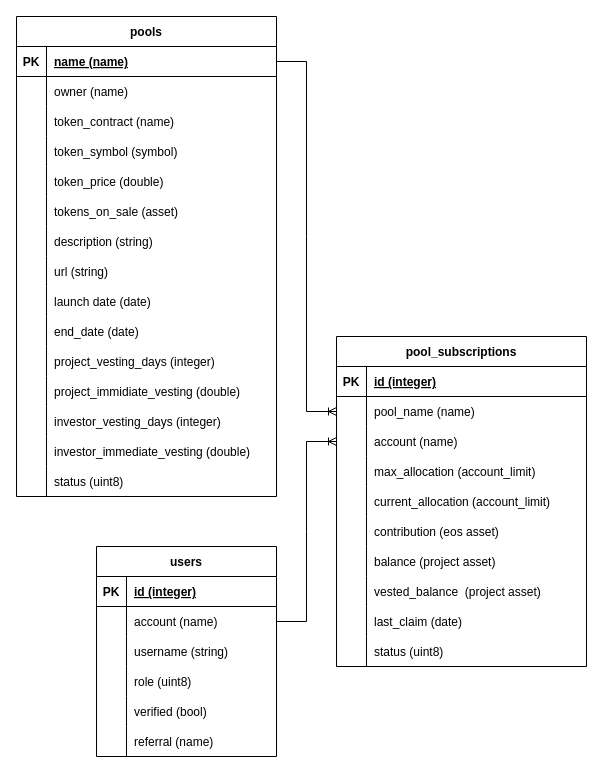
Earlier version of the draw.io diagram page "Page-1" (1 of 2) of docs/data-model.drawio (eostarter/eostarter.sale-smart-contract). Source tidied: cells renumbered, new cells numbered last; positions are measured from the earlier drawing's top-left corner, leaving out a move shared by most shapes. Both pictures are drawn from the tidied source at 100%, with x=0, y=0 at pixel (16, 16).
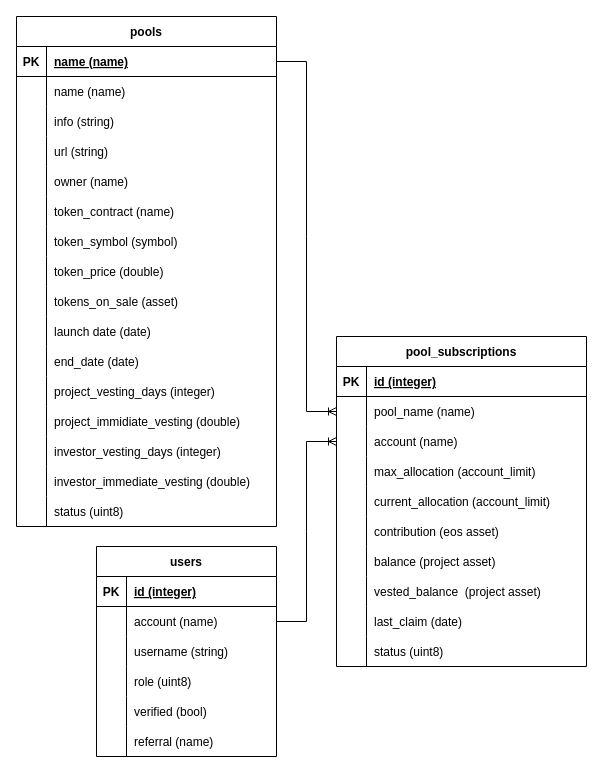
After the change.

Unchanged cells that the change refers to:
```xml
<mxCell id="6" style="shape=partialRectangle;fillColor=none;top=0;left=0;bottom=0;right=0;" parent="2" vertex="1">
  <mxGeometry y="60" width="260" height="30" as="geometry" />
</mxCell>
```

The edit, as a diff of the source:
```diff
@@
     <mxCell id="2" value="pools" style="shape=table;startSize=30;childLayout=tableLayout;rowLines=0;fontStyle=1;align=center;" parent="1" vertex="1">
-      <mxGeometry width="260" height="480" as="geometry" />
+      <mxGeometry width="260" height="510" as="geometry" />
     </mxCell>
@@
-    <mxCell id="8" value="owner (name)" style="shape=partialRectangle;fillColor=none;top=0;left=0;bottom=0;right=0;align=left;spacingLeft=6;overflow=hidden;" parent="6" vertex="1">
+    <mxCell id="8" value="name (name)" style="shape=partialRectangle;fillColor=none;top=0;left=0;bottom=0;right=0;align=left;spacingLeft=6;overflow=hidden;" parent="6" vertex="1">
       <mxGeometry x="30" width="230" height="30" as="geometry" />
     </mxCell>
+    <mxCell id="21" style="shape=partialRectangle;fillColor=none;top=0;left=0;bottom=0;right=0;" parent="2" vertex="1">
+      <mxGeometry y="90" width="260" height="30" as="geometry" />
+    </mxCell>
+    <mxCell id="22" style="shape=partialRectangle;fillColor=none;top=0;left=0;bottom=0;right=0;overflow=hidden;" parent="21" vertex="1">
+      <mxGeometry width="30" height="30" as="geometry" />
+    </mxCell>
+    <mxCell id="23" value="info (string)" style="shape=partialRectangle;fillColor=none;top=0;left=0;bottom=0;right=0;align=left;spacingLeft=6;overflow=hidden;" parent="21" vertex="1">
+      <mxGeometry x="30" width="230" height="30" as="geometry" />
+    </mxCell>
+    <mxCell id="24" style="shape=partialRectangle;fillColor=none;top=0;left=0;bottom=0;right=0;" parent="2" vertex="1">
+      <mxGeometry y="120" width="260" height="30" as="geometry" />
+    </mxCell>
+    <mxCell id="25" style="shape=partialRectangle;fillColor=none;top=0;left=0;bottom=0;right=0;overflow=hidden;" parent="24" vertex="1">
+      <mxGeometry width="30" height="30" as="geometry" />
+    </mxCell>
+    <mxCell id="26" value="url (string)" style="shape=partialRectangle;fillColor=none;top=0;left=0;bottom=0;right=0;align=left;spacingLeft=6;overflow=hidden;" parent="24" vertex="1">
+      <mxGeometry x="30" width="230" height="30" as="geometry" />
+    </mxCell>
+    <mxCell id="100" style="shape=partialRectangle;fillColor=none;top=0;left=0;bottom=0;right=0;" parent="2" vertex="1">
+      <mxGeometry y="150" width="260" height="30" as="geometry" />
+    </mxCell>
+    <mxCell id="101" style="shape=partialRectangle;fillColor=none;top=0;left=0;bottom=0;right=0;overflow=hidden;" parent="100" vertex="1">
+      <mxGeometry width="30" height="30" as="geometry" />
+    </mxCell>
+    <mxCell id="102" value="owner (name)" style="shape=partialRectangle;fillColor=none;top=0;left=0;bottom=0;right=0;align=left;spacingLeft=6;overflow=hidden;" parent="100" vertex="1">
+      <mxGeometry x="30" width="230" height="30" as="geometry" />
+    </mxCell>
     <mxCell id="9" style="shape=partialRectangle;fillColor=none;top=0;left=0;bottom=0;right=0;" parent="2" vertex="1">
-      <mxGeometry y="90" width="260" height="30" as="geometry" />
+      <mxGeometry y="180" width="260" height="30" as="geometry" />
     </mxCell>
@@
     <mxCell id="12" style="shape=partialRectangle;fillColor=none;top=0;left=0;bottom=0;right=0;" parent="2" vertex="1">
-      <mxGeometry y="120" width="260" height="30" as="geometry" />
+      <mxGeometry y="210" width="260" height="30" as="geometry" />
     </mxCell>
@@
     <mxCell id="15" style="shape=partialRectangle;fillColor=none;top=0;left=0;bottom=0;right=0;" parent="2" vertex="1">
-      <mxGeometry y="150" width="260" height="30" as="geometry" />
+      <mxGeometry y="240" width="260" height="30" as="geometry" />
     </mxCell>
@@
     <mxCell id="18" style="shape=partialRectangle;fillColor=none;top=0;left=0;bottom=0;right=0;" parent="2" vertex="1">
-      <mxGeometry y="180" width="260" height="30" as="geometry" />
+      <mxGeometry y="270" width="260" height="30" as="geometry" />
     </mxCell>
@@
-    <mxCell id="21" style="shape=partialRectangle;fillColor=none;top=0;left=0;bottom=0;right=0;" parent="2" vertex="1">
-      <mxGeometry y="210" width="260" height="30" as="geometry" />
-    </mxCell>
-    <mxCell id="22" style="shape=partialRectangle;fillColor=none;top=0;left=0;bottom=0;right=0;overflow=hidden;" parent="21" vertex="1">
-      <mxGeometry width="30" height="30" as="geometry" />
-    </mxCell>
-    <mxCell id="23" value="description (string)" style="shape=partialRectangle;fillColor=none;top=0;left=0;bottom=0;right=0;align=left;spacingLeft=6;overflow=hidden;" parent="21" vertex="1">
-      <mxGeometry x="30" width="230" height="30" as="geometry" />
-    </mxCell>
-    <mxCell id="24" style="shape=partialRectangle;fillColor=none;top=0;left=0;bottom=0;right=0;" parent="2" vertex="1">
-      <mxGeometry y="240" width="260" height="30" as="geometry" />
-    </mxCell>
-    <mxCell id="25" style="shape=partialRectangle;fillColor=none;top=0;left=0;bottom=0;right=0;overflow=hidden;" parent="24" vertex="1">
-      <mxGeometry width="30" height="30" as="geometry" />
-    </mxCell>
-    <mxCell id="26" value="url (string)" style="shape=partialRectangle;fillColor=none;top=0;left=0;bottom=0;right=0;align=left;spacingLeft=6;overflow=hidden;" parent="24" vertex="1">
-      <mxGeometry x="30" width="230" height="30" as="geometry" />
-    </mxCell>
     <mxCell id="27" style="shape=partialRectangle;fillColor=none;top=0;left=0;bottom=0;right=0;" parent="2" vertex="1">
-      <mxGeometry y="270" width="260" height="30" as="geometry" />
+      <mxGeometry y="300" width="260" height="30" as="geometry" />
     </mxCell>
@@
     <mxCell id="30" style="shape=partialRectangle;fillColor=none;top=0;left=0;bottom=0;right=0;" parent="2" vertex="1">
-      <mxGeometry y="300" width="260" height="30" as="geometry" />
+      <mxGeometry y="330" width="260" height="30" as="geometry" />
     </mxCell>
@@
     <mxCell id="33" style="shape=partialRectangle;fillColor=none;top=0;left=0;bottom=0;right=0;" parent="2" vertex="1">
-      <mxGeometry y="330" width="260" height="30" as="geometry" />
+      <mxGeometry y="360" width="260" height="30" as="geometry" />
     </mxCell>
@@
     <mxCell id="36" style="shape=partialRectangle;fillColor=none;top=0;left=0;bottom=0;right=0;" parent="2" vertex="1">
-      <mxGeometry y="360" width="260" height="30" as="geometry" />
+      <mxGeometry y="390" width="260" height="30" as="geometry" />
     </mxCell>
@@
     <mxCell id="39" style="shape=partialRectangle;fillColor=none;top=0;left=0;bottom=0;right=0;" parent="2" vertex="1">
-      <mxGeometry y="390" width="260" height="30" as="geometry" />
+      <mxGeometry y="420" width="260" height="30" as="geometry" />
     </mxCell>
@@
     <mxCell id="42" style="shape=partialRectangle;fillColor=none;top=0;left=0;bottom=0;right=0;" parent="2" vertex="1">
-      <mxGeometry y="420" width="260" height="30" as="geometry" />
+      <mxGeometry y="450" width="260" height="30" as="geometry" />
     </mxCell>
@@
     <mxCell id="45" style="shape=partialRectangle;fillColor=none;top=0;left=0;bottom=0;right=0;" parent="2" vertex="1">
-      <mxGeometry y="450" width="260" height="30" as="geometry" />
+      <mxGeometry y="480" width="260" height="30" as="geometry" />
     </mxCell>
```
